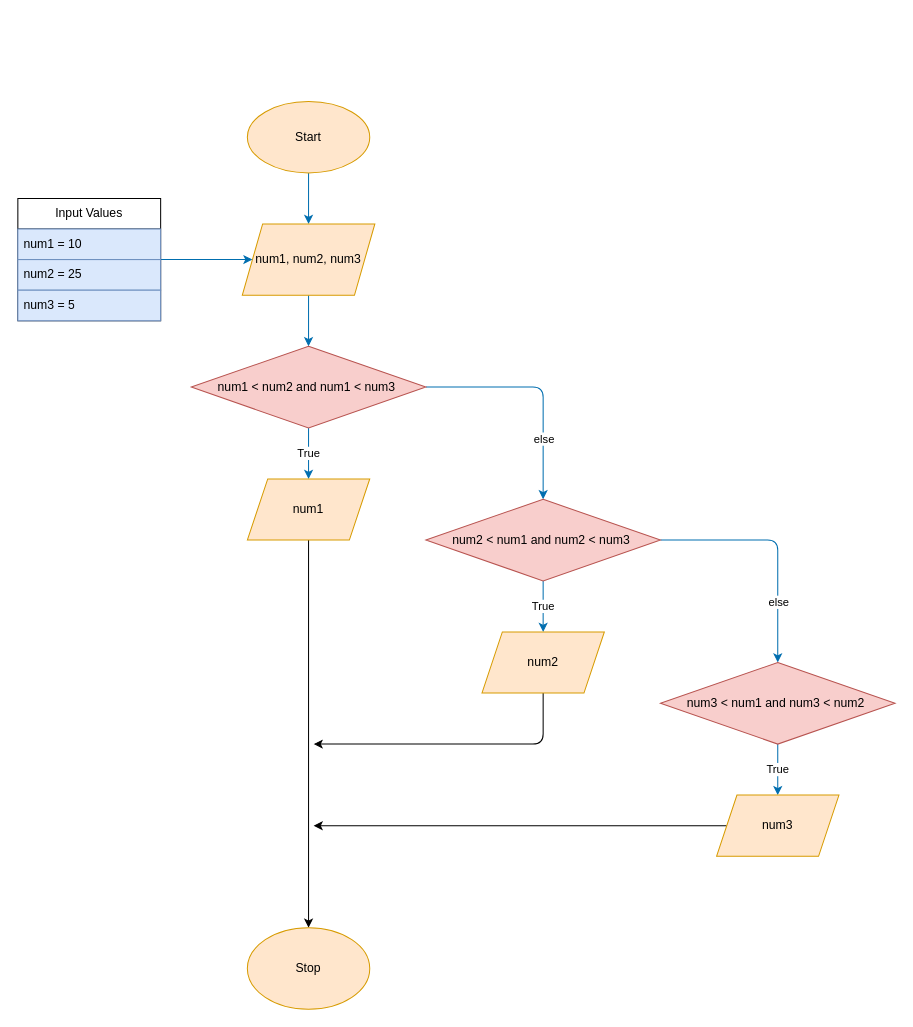
ipivanparra/Algorithm-4-2 keeps this draw.io diagram as main.drawio. Above is the earlier version. Source tidied: cells renumbered, new cells numbered last; positions are measured from the earlier drawing's top-left corner, leaving out a move shared by most shapes. Both pictures are drawn from the tidied source at 102%, with x=0, y=0 at pixel (17, 101).
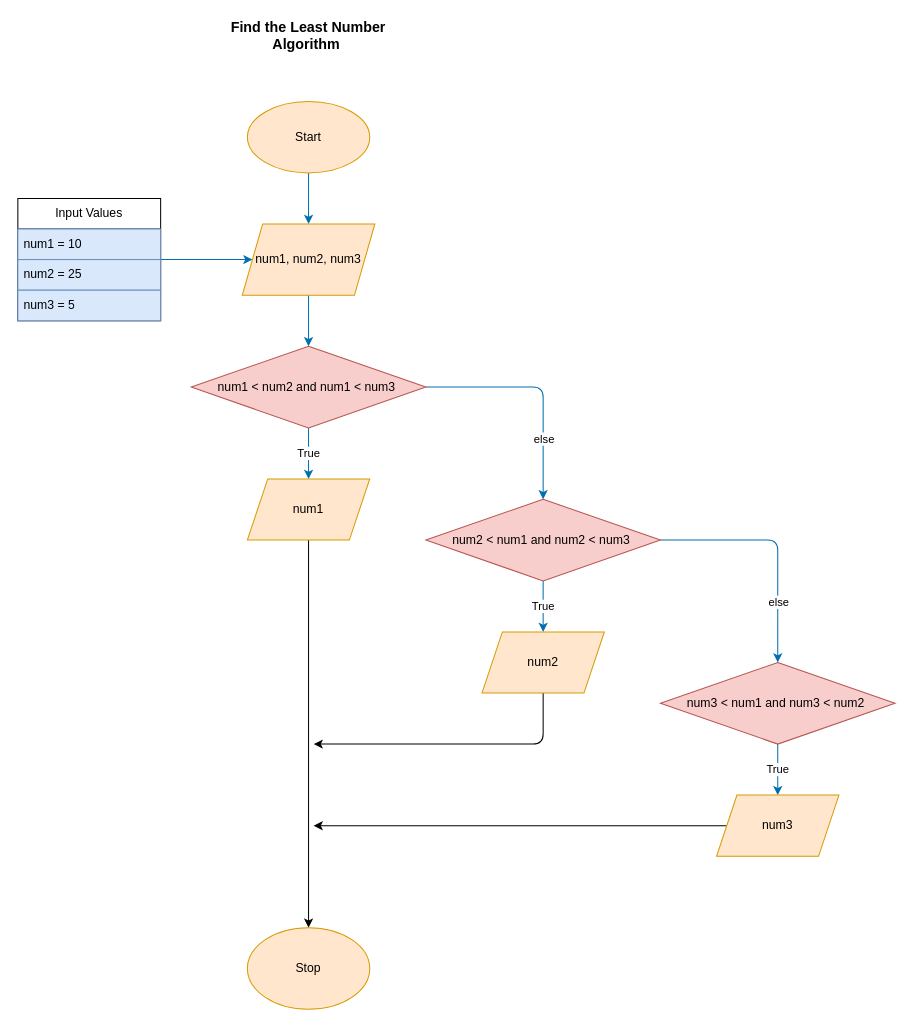
After the change.

Change to the diagram source:
```diff
@@
+    <mxCell id="28" value="&lt;font style=&quot;color: light-dark(rgb(0, 0, 0), rgb(168, 168, 255));&quot;&gt;Find the Least Number Algorithm&amp;nbsp;&lt;/font&gt;" style="text;html=1;align=center;verticalAlign=middle;whiteSpace=wrap;rounded=0;fontStyle=1;fontSize=14;" parent="1" vertex="1">
+      <mxGeometry x="205" y="-80" width="160" height="30" as="geometry" />
+    </mxCell>
```
